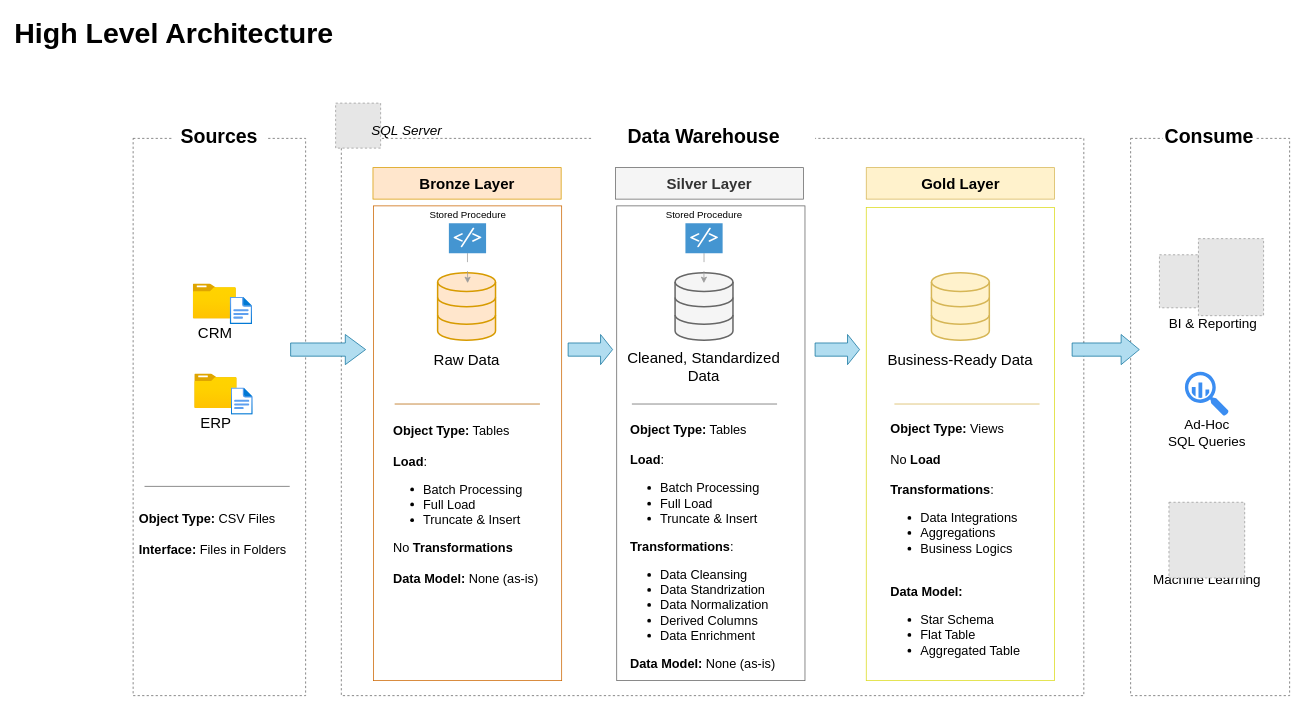
The draw.io diagram docs/data_architecture.drawio in ElOuarary/sql-data-warehouse-project, before the edit. Source tidied: cells renumbered, new cells numbered last; positions are measured from the earlier drawing's top-left corner, leaving out a move shared by most shapes. Both pictures are drawn from the tidied source at 75%, with x=0, y=0 at pixel (13, 13). Pictures stored in the file or linked from it are replaced by grey dashed boxes.
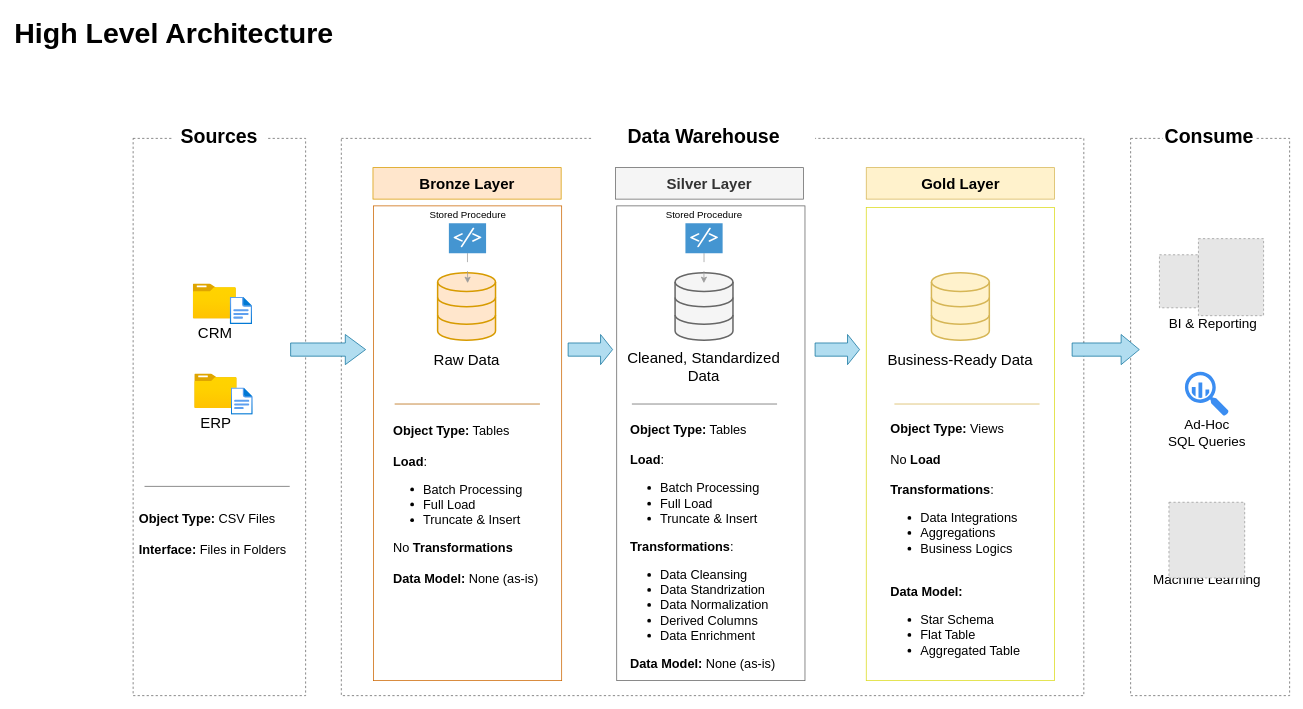
The same page after the edit.

What changed in the source:
```diff
@@
-    <mxCell id="46" style="fillColor=#E6E6E6;strokeColor=#999999;dashed=1;verticalLabelPosition=bottom;labelBackgroundColor=default;verticalAlign=top;" parent="1" vertex="1">
-      <mxGeometry x="430" y="120" width="60" height="60" as="geometry" />
-    </mxCell>
-    <mxCell id="47" value="&lt;span style=&quot;font-size: 18px;&quot;&gt;&lt;i&gt;SQL Server&lt;/i&gt;&lt;br style=&quot;font-size: 18px;&quot;&gt;&lt;/span&gt;" style="text;html=1;strokeColor=none;fillColor=none;align=center;verticalAlign=middle;whiteSpace=wrap;rounded=0;fontSize=18;" parent="1" vertex="1">
-      <mxGeometry x="434.6" y="147" width="180" height="20" as="geometry" />
-    </mxCell>
```
